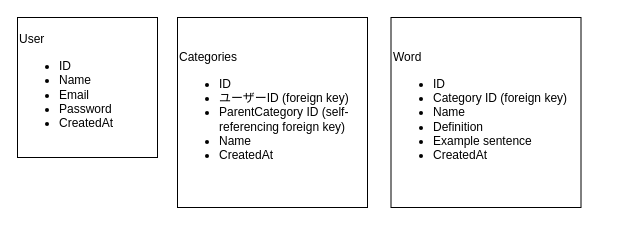
Before: drawio/db.drawio in Takuyawe/flashCardApp, a draw.io diagram. Source tidied: cells renumbered, new cells numbered last; positions are measured from the earlier drawing's top-left corner, leaving out a move shared by most shapes. Both pictures are drawn from the tidied source at 100%, with x=0, y=0 at pixel (17, 17).
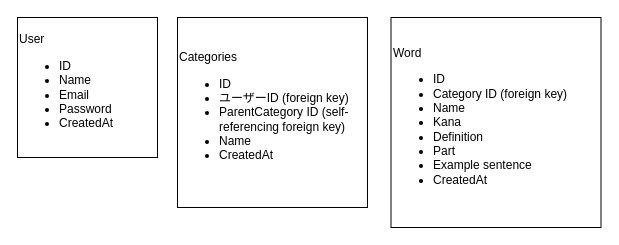
The same page after the edit.

What changed in the source:
```diff
@@
 <mxGraphModel>
   <root>
     <mxCell id="0" />
     <mxCell id="1" parent="0" />
     <mxCell id="2" value="&lt;div&gt;User&lt;/div&gt;&lt;ul&gt;&lt;li&gt;ID&lt;/li&gt;&lt;li&gt;Name&lt;/li&gt;&lt;li&gt;Email&lt;/li&gt;&lt;li&gt;Password&lt;/li&gt;&lt;li&gt;CreatedAt&lt;/li&gt;&lt;/ul&gt;" style="whiteSpace=wrap;html=1;align=left;" parent="1" vertex="1">
       <mxGeometry width="140" height="140" as="geometry" />
     </mxCell>
     <mxCell id="3" value="&lt;div&gt;Categories&lt;/div&gt;&lt;ul&gt;&lt;li&gt;ID&lt;/li&gt;&lt;li&gt;ユーザーID (foreign key)&lt;/li&gt;&lt;li&gt;ParentCategory ID (self-referencing foreign key)&lt;/li&gt;&lt;li&gt;Name&lt;/li&gt;&lt;li&gt;CreatedAt&lt;/li&gt;&lt;/ul&gt;" style="whiteSpace=wrap;html=1;align=left;" parent="1" vertex="1">
       <mxGeometry x="160" width="190" height="190" as="geometry" />
     </mxCell>
-    <mxCell id="4" value="&lt;div&gt;Word&lt;/div&gt;&lt;ul&gt;&lt;li&gt;ID&lt;/li&gt;&lt;li&gt;Category ID (foreign key)&lt;/li&gt;&lt;li&gt;Name&lt;/li&gt;&lt;li&gt;Definition&lt;/li&gt;&lt;li&gt;Example sentence&lt;/li&gt;&lt;li&gt;CreatedAt&lt;/li&gt;&lt;/ul&gt;" style="whiteSpace=wrap;html=1;align=left;" parent="1" vertex="1">
-      <mxGeometry x="373.5" width="190" height="190" as="geometry" />
+    <mxCell id="4" value="&lt;div&gt;Word&lt;/div&gt;&lt;ul&gt;&lt;li&gt;ID&lt;/li&gt;&lt;li&gt;Category ID (foreign key)&lt;/li&gt;&lt;li&gt;Name&lt;/li&gt;&lt;li&gt;Kana&lt;/li&gt;&lt;li&gt;Definition&lt;/li&gt;&lt;li&gt;Part&lt;/li&gt;&lt;li&gt;Example sentence&lt;/li&gt;&lt;li&gt;CreatedAt&lt;/li&gt;&lt;/ul&gt;" style="whiteSpace=wrap;html=1;align=left;" parent="1" vertex="1">
+      <mxGeometry x="373.5" width="210" height="210" as="geometry" />
     </mxCell>
   </root>
 </mxGraphModel>
```
